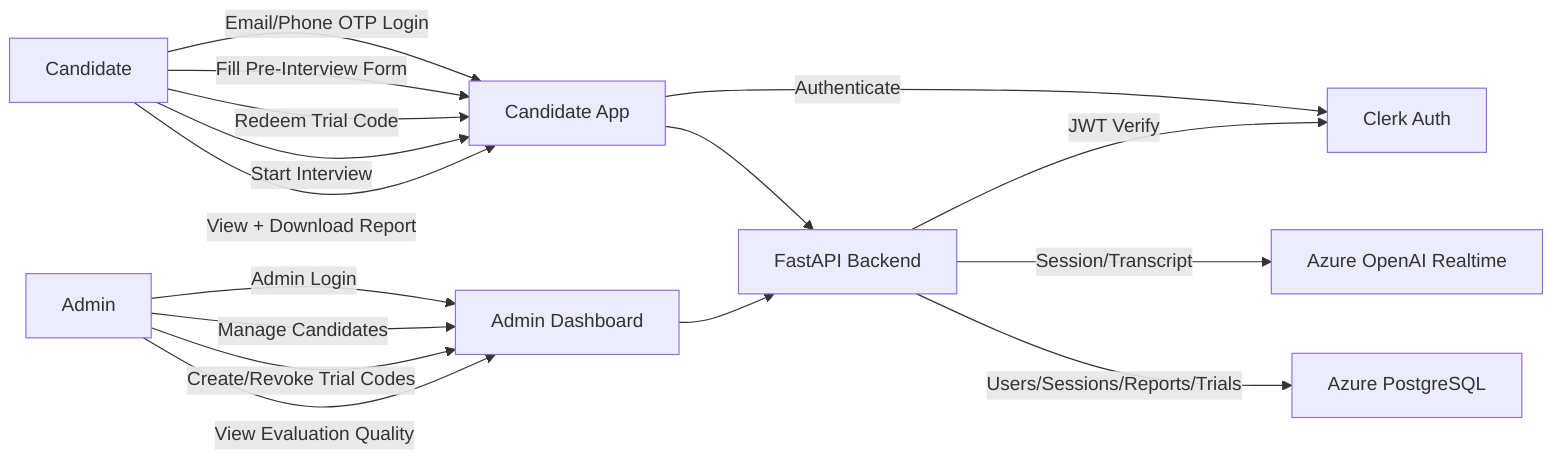
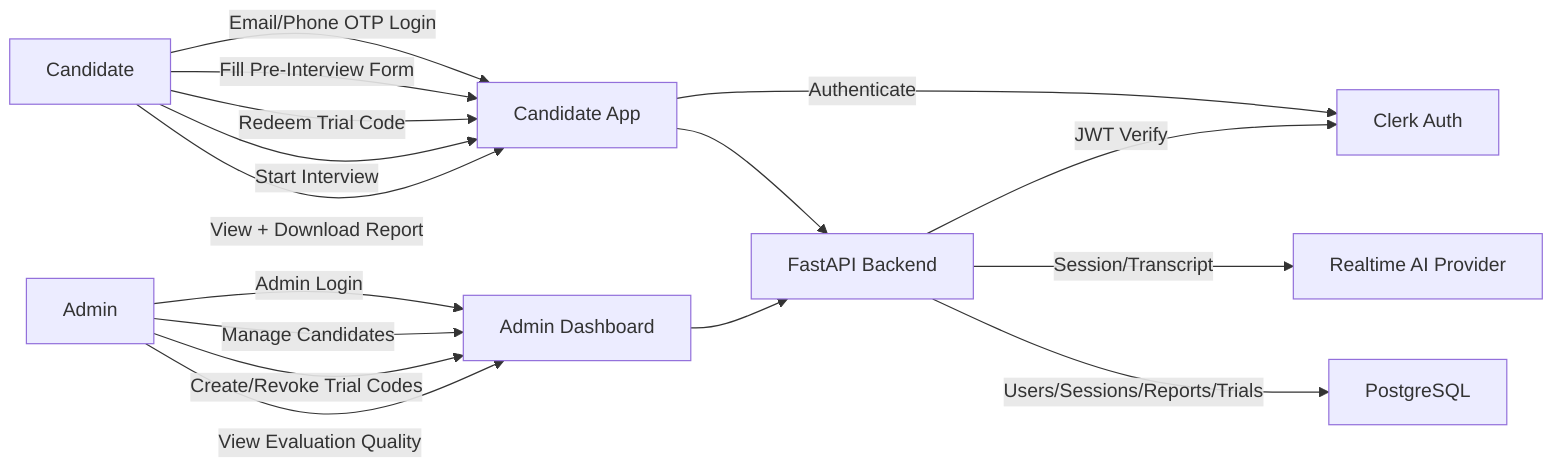
flowchart LR
  C["Candidate"]
  A["Admin"]
  CL["Clerk Auth"]
-   RT["Azure OpenAI Realtime"]
-   DB["Azure PostgreSQL"]
+   RT["Realtime AI Provider"]
+   DB["PostgreSQL"]
  BE["FastAPI Backend"]
  CA["Candidate App"]
  AD["Admin Dashboard"]

  C -->|Email/Phone OTP Login| CA
  CA -->|Authenticate| CL
  C -->|Fill Pre-Interview Form| CA
  C -->|Redeem Trial Code| CA
  C -->|Start Interview| CA
  C -->|View + Download Report| CA

  A -->|Admin Login| AD
  A -->|Manage Candidates| AD
  A -->|Create/Revoke Trial Codes| AD
  A -->|View Evaluation Quality| AD

  CA --> BE
  AD --> BE
  BE -->|JWT Verify| CL
  BE -->|Session/Transcript| RT
  BE -->|Users/Sessions/Reports/Trials| DB
